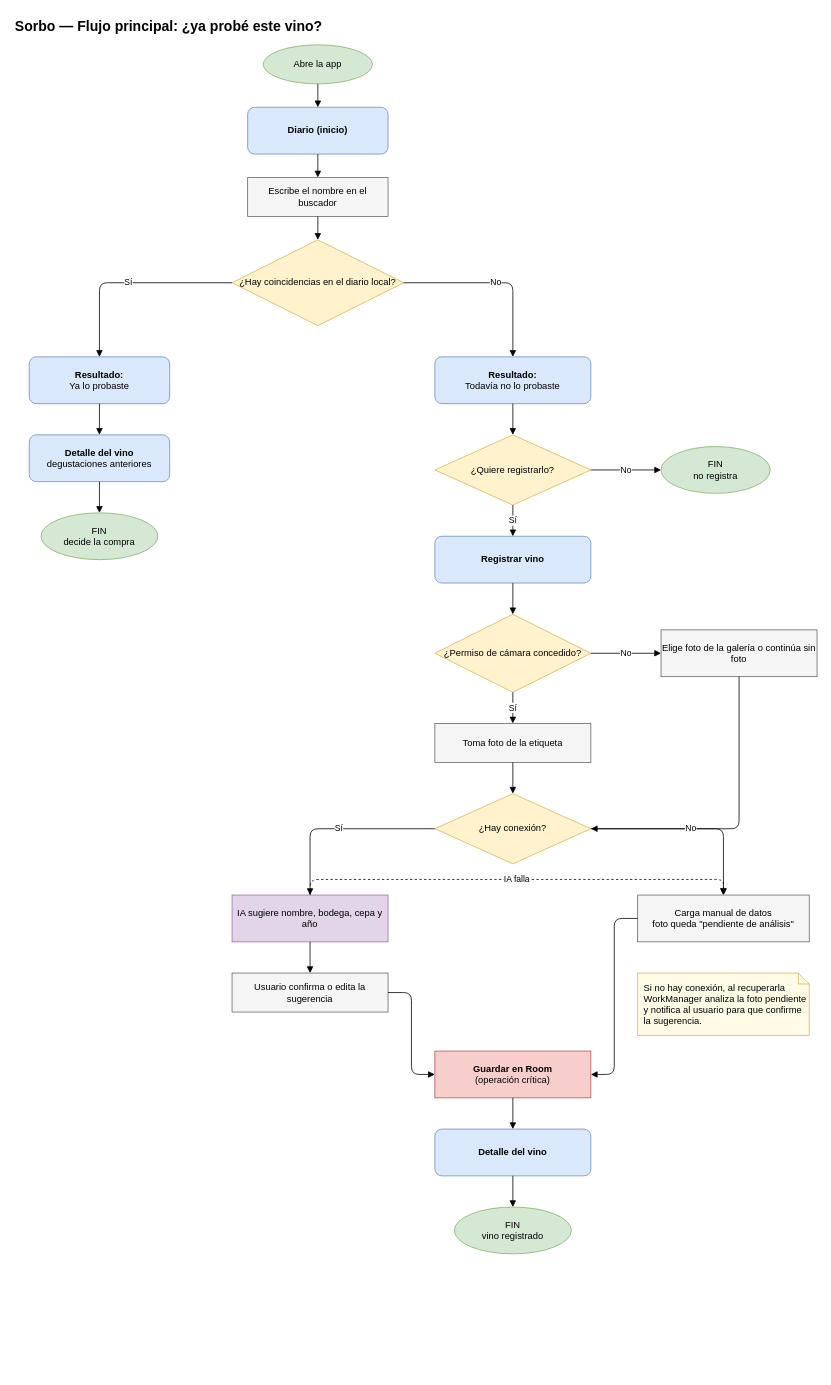
This is page "Flujo de pantallas" (1 of 5) of docs/diagramas/sorbo.drawio from alejogarciabosio/sorbo-app, a draw.io file, before an edit. Source tidied: cells renumbered, new cells numbered last; positions are measured from the earlier drawing's top-left corner, leaving out a move shared by most shapes. Both pictures are drawn from the tidied source at 78%, with x=0, y=0 at pixel (13, 13).
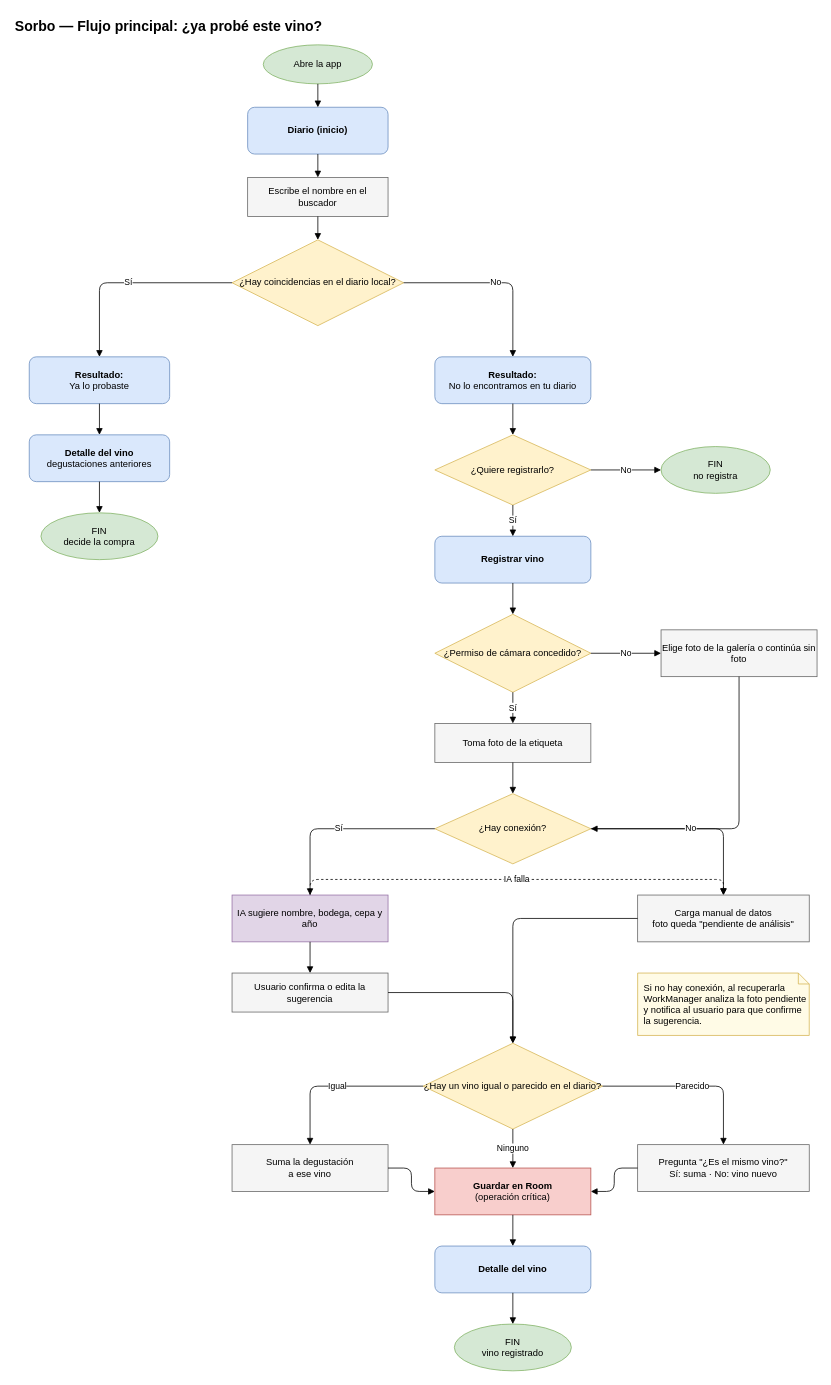
After the change.

Commit message (it also covers changes not shown here):
docs: diagramas con búsqueda sin resultados, vino parecido y respaldo separado de la IA

Unchanged cells that the change refers to:
```xml
<mxCell id="19" value="Usuario confirma o edita la sugerencia" style="rounded=0;whiteSpace=wrap;html=1;fillColor=#f5f5f5;strokeColor=#666666;" parent="1" vertex="1">
  <mxGeometry x="280" y="1230" width="200" height="50" as="geometry" />
</mxCell>
<mxCell id="20" value="Carga manual de datos&lt;br&gt;foto queda &quot;pendiente de análisis&quot;" style="rounded=0;whiteSpace=wrap;html=1;fillColor=#f5f5f5;strokeColor=#666666;" parent="1" vertex="1">
  <mxGeometry x="800" y="1130" width="220" height="60" as="geometry" />
</mxCell>
```

Diff of the diagram source:
```diff
@@
-    <mxCell id="10" value="&lt;b&gt;Resultado:&lt;/b&gt;&lt;br&gt;Todavía no lo probaste" style="rounded=1;whiteSpace=wrap;html=1;fillColor=#dae8fc;strokeColor=#6c8ebf;" parent="1" vertex="1">
+    <mxCell id="10" value="&lt;b&gt;Resultado:&lt;/b&gt;&lt;br&gt;No lo encontramos en tu diario" style="rounded=1;whiteSpace=wrap;html=1;fillColor=#dae8fc;strokeColor=#6c8ebf;" parent="1" vertex="1">
       <mxGeometry x="540" y="440" width="200" height="60" as="geometry" />
     </mxCell>
@@
     <mxCell id="21" value="&lt;b&gt;Guardar en Room&lt;/b&gt;&lt;br&gt;(operación crítica)" style="rounded=0;whiteSpace=wrap;html=1;fillColor=#f8cecc;strokeColor=#b85450;" parent="1" vertex="1">
-      <mxGeometry x="540" y="1330" width="200" height="60" as="geometry" />
+      <mxGeometry x="540" y="1480" width="200" height="60" as="geometry" />
     </mxCell>
     <mxCell id="22" value="&lt;b&gt;Detalle del vino&lt;/b&gt;" style="rounded=1;whiteSpace=wrap;html=1;fillColor=#dae8fc;strokeColor=#6c8ebf;" parent="1" vertex="1">
-      <mxGeometry x="540" y="1430" width="200" height="60" as="geometry" />
+      <mxGeometry x="540" y="1580" width="200" height="60" as="geometry" />
     </mxCell>
     <mxCell id="23" value="FIN&lt;br&gt;vino registrado" style="ellipse;whiteSpace=wrap;html=1;fillColor=#d5e8d4;strokeColor=#82b366;" parent="1" vertex="1">
-      <mxGeometry x="565" y="1530" width="150" height="60" as="geometry" />
+      <mxGeometry x="565" y="1680" width="150" height="60" as="geometry" />
     </mxCell>
@@
-    <mxCell id="44" style="edgeStyle=orthogonalEdgeStyle;html=1;endArrow=block;entryX=0;entryY=0.5;" parent="1" edge="1" source="19" target="21">
+    <mxCell id="44" style="edgeStyle=orthogonalEdgeStyle;html=1;endArrow=block;entryX=0;entryY=0.5;entryX=0.5;entryY=0;" parent="1" edge="1" source="19" target="48">
       <mxGeometry relative="1" as="geometry" />
     </mxCell>
-    <mxCell id="45" style="edgeStyle=orthogonalEdgeStyle;html=1;endArrow=block;entryX=1;entryY=0.5;" parent="1" edge="1" source="20" target="21">
+    <mxCell id="45" style="edgeStyle=orthogonalEdgeStyle;html=1;endArrow=block;entryX=1;entryY=0.5;entryX=0.5;entryY=0;" parent="1" edge="1" source="20" target="48">
       <mxGeometry relative="1" as="geometry" />
     </mxCell>
@@
+    <mxCell id="48" value="¿Hay un vino igual o parecido en el diario?" style="rhombus;whiteSpace=wrap;html=1;fillColor=#fff2cc;strokeColor=#d6b656;" parent="1" vertex="1">
+      <mxGeometry x="525" y="1320" width="230" height="110" as="geometry" />
+    </mxCell>
+    <mxCell id="49" value="Suma la degustación&lt;br&gt;a ese vino" style="rounded=0;whiteSpace=wrap;html=1;fillColor=#f5f5f5;strokeColor=#666666;" parent="1" vertex="1">
+      <mxGeometry x="280" y="1450" width="200" height="60" as="geometry" />
+    </mxCell>
+    <mxCell id="50" value="Pregunta &quot;¿Es el mismo vino?&quot;&lt;br&gt;Sí: suma · No: vino nuevo" style="rounded=0;whiteSpace=wrap;html=1;fillColor=#f5f5f5;strokeColor=#666666;" parent="1" vertex="1">
+      <mxGeometry x="800" y="1450" width="220" height="60" as="geometry" />
+    </mxCell>
+    <mxCell id="51" value="Ninguno" style="edgeStyle=orthogonalEdgeStyle;html=1;endArrow=block;" parent="1" edge="1" source="48" target="21">
+      <mxGeometry relative="1" as="geometry" />
+    </mxCell>
+    <mxCell id="52" value="Igual" style="edgeStyle=orthogonalEdgeStyle;html=1;endArrow=block;exitX=0;exitY=0.5;entryX=0.5;entryY=0;" parent="1" edge="1" source="48" target="49">
+      <mxGeometry relative="1" as="geometry" />
+    </mxCell>
+    <mxCell id="53" value="Parecido" style="edgeStyle=orthogonalEdgeStyle;html=1;endArrow=block;exitX=1;exitY=0.5;entryX=0.5;entryY=0;" parent="1" edge="1" source="48" target="50">
+      <mxGeometry relative="1" as="geometry" />
+    </mxCell>
+    <mxCell id="54" style="edgeStyle=orthogonalEdgeStyle;html=1;endArrow=block;exitX=1;exitY=0.5;entryX=0;entryY=0.5;" parent="1" edge="1" source="49" target="21">
+      <mxGeometry relative="1" as="geometry" />
+    </mxCell>
+    <mxCell id="55" style="edgeStyle=orthogonalEdgeStyle;html=1;endArrow=block;exitX=0;exitY=0.5;entryX=1;entryY=0.5;" parent="1" edge="1" source="50" target="21">
+      <mxGeometry relative="1" as="geometry" />
+    </mxCell>
```
